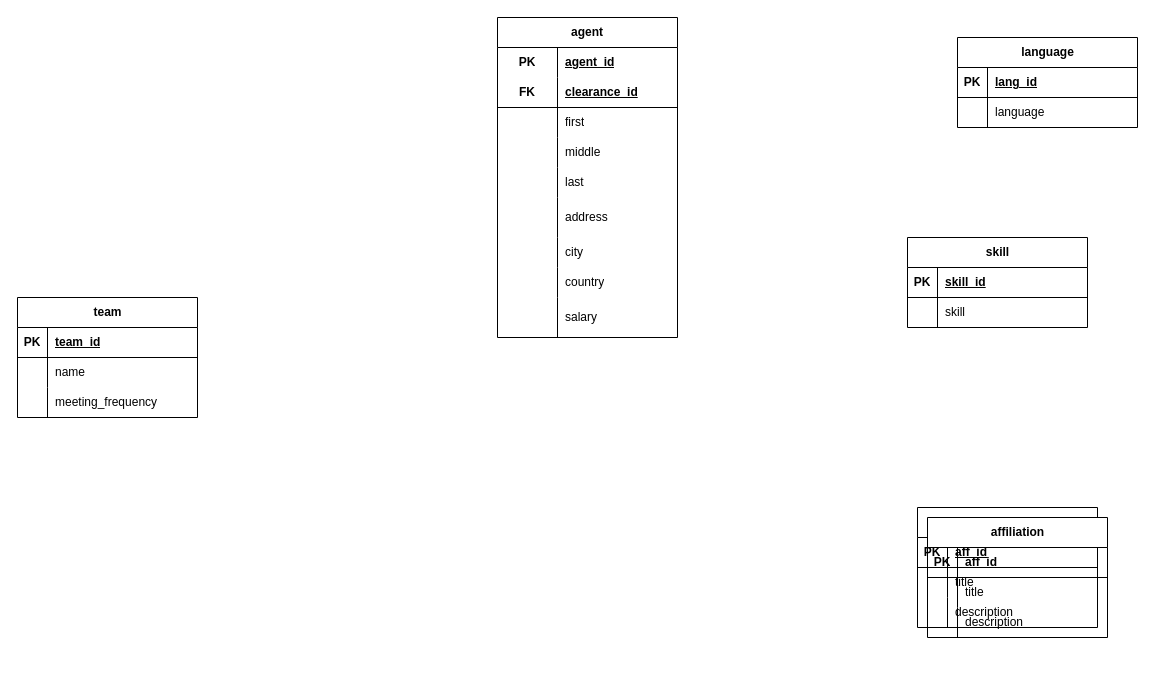
Earlier version of the draw.io diagram page "Page-6" (6 of 6) of Untitled Diagram.drawio (devanshkhandelwal/cs348). Source tidied: cells renumbered, new cells numbered last; positions are measured from the earlier drawing's top-left corner, leaving out a move shared by most shapes. Both pictures are drawn from the tidied source at 100%, with x=0, y=0 at pixel (17, 17).
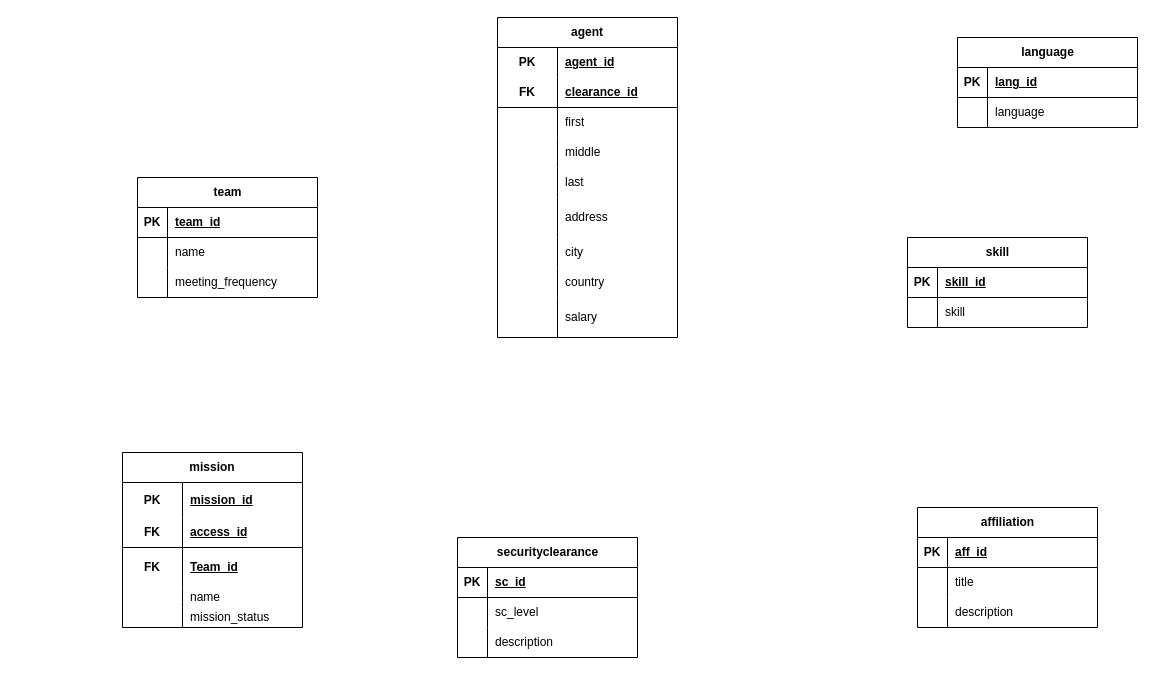
The same diagram, later.

Unchanged cells that the change refers to:
```xml
<mxCell id="65" style="shape=tableRow;horizontal=0;startSize=0;swimlaneHead=0;swimlaneBody=0;fillColor=none;top=0;left=0;right=0;bottom=1;" parent="64" vertex="1">
  <mxGeometry y="30" width="180" height="30" as="geometry" />
</mxCell>
<mxCell id="68" style="shape=tableRow;horizontal=0;startSize=0;swimlaneHead=0;swimlaneBody=0;fillColor=none;top=0;left=0;right=0;bottom=0;" parent="64" vertex="1">
  <mxGeometry y="60" width="180" height="30" as="geometry" />
</mxCell>
```

The edit, as a diff of the source:
```diff
@@
     <mxCell id="2" value="team" style="shape=table;startSize=30;childLayout=tableLayout;rowLines=0;fontStyle=1;align=center;html=1;" parent="1" vertex="1">
-      <mxGeometry y="280" width="180" height="120" as="geometry" />
+      <mxGeometry x="120" y="160" width="180" height="120" as="geometry" />
     </mxCell>
@@
-    <mxCell id="64" value="affiliation" style="shape=table;startSize=30;childLayout=tableLayout;rowLines=0;fontStyle=1;align=center;html=1;" parent="1" vertex="1">
-      <mxGeometry x="910" y="500" width="180" height="120" as="geometry" />
+    <mxCell id="64" value="securityclearance" style="shape=table;startSize=30;childLayout=tableLayout;rowLines=0;fontStyle=1;align=center;html=1;" parent="1" vertex="1">
+      <mxGeometry x="440" y="520" width="180" height="120" as="geometry" />
     </mxCell>
@@
-    <mxCell id="67" value="aff_id" style="shape=partialRectangle;fillColor=none;top=0;left=0;bottom=0;right=0;align=left;spacingLeft=6;fontStyle=5;overflow=hidden;whiteSpace=wrap;html=1;" parent="65" vertex="1">
+    <mxCell id="67" value="sc_id" style="shape=partialRectangle;fillColor=none;top=0;left=0;bottom=0;right=0;align=left;spacingLeft=6;fontStyle=5;overflow=hidden;whiteSpace=wrap;html=1;" parent="65" vertex="1">
       <mxGeometry x="30" width="150" height="30" as="geometry" />
     </mxCell>
@@
-    <mxCell id="70" value="title" style="shape=partialRectangle;fillColor=none;top=0;left=0;bottom=0;right=0;align=left;spacingLeft=6;overflow=hidden;whiteSpace=wrap;html=1;" parent="68" vertex="1">
+    <mxCell id="70" value="sc_level" style="shape=partialRectangle;fillColor=none;top=0;left=0;bottom=0;right=0;align=left;spacingLeft=6;overflow=hidden;whiteSpace=wrap;html=1;" parent="68" vertex="1">
       <mxGeometry x="30" width="150" height="30" as="geometry" />
     </mxCell>
@@
+    <mxCell id="74" value="mission" style="shape=table;startSize=30;childLayout=tableLayout;rowLines=0;fontStyle=1;align=center;html=1;whiteSpace=wrap;" parent="1" vertex="1">
+      <mxGeometry x="105" y="435" width="180" height="175" as="geometry" />
+    </mxCell>
+    <mxCell id="75" style="shape=tableRow;horizontal=0;startSize=0;swimlaneHead=0;swimlaneBody=0;fillColor=none;top=0;left=0;right=0;bottom=0;html=1;" parent="74" vertex="1">
+      <mxGeometry y="30" width="180" height="35" as="geometry" />
+    </mxCell>
+    <mxCell id="76" value="PK" style="shape=partialRectangle;fillColor=none;top=0;left=0;bottom=0;right=0;fontStyle=1;overflow=hidden;html=1;whiteSpace=wrap;" parent="75" vertex="1">
+      <mxGeometry width="60" height="35" as="geometry" />
+    </mxCell>
+    <mxCell id="77" value="mission_id" style="shape=partialRectangle;fillColor=none;top=0;left=0;bottom=0;right=0;align=left;spacingLeft=6;fontStyle=5;overflow=hidden;html=1;whiteSpace=wrap;" parent="75" vertex="1">
+      <mxGeometry x="60" width="120" height="35" as="geometry" />
+    </mxCell>
+    <mxCell id="78" style="shape=tableRow;horizontal=0;startSize=0;swimlaneHead=0;swimlaneBody=0;fillColor=none;top=0;left=0;right=0;bottom=1;html=1;" parent="74" vertex="1">
+      <mxGeometry y="65" width="180" height="30" as="geometry" />
+    </mxCell>
+    <mxCell id="79" value="FK" style="shape=partialRectangle;fillColor=none;top=0;left=0;bottom=0;right=0;fontStyle=1;overflow=hidden;html=1;whiteSpace=wrap;" parent="78" vertex="1">
+      <mxGeometry width="60" height="30" as="geometry" />
+    </mxCell>
+    <mxCell id="80" value="access_id" style="shape=partialRectangle;fillColor=none;top=0;left=0;bottom=0;right=0;align=left;spacingLeft=6;fontStyle=5;overflow=hidden;html=1;whiteSpace=wrap;" parent="78" vertex="1">
+      <mxGeometry x="60" width="120" height="30" as="geometry" />
+    </mxCell>
+    <mxCell id="81" style="shape=tableRow;horizontal=0;startSize=0;swimlaneHead=0;swimlaneBody=0;fillColor=none;top=0;left=0;right=0;bottom=0;html=1;" parent="74" vertex="1">
+      <mxGeometry y="95" width="180" height="40" as="geometry" />
+    </mxCell>
+    <mxCell id="82" value="&lt;b&gt;FK&lt;/b&gt;" style="shape=partialRectangle;fillColor=none;top=0;left=0;bottom=0;right=0;overflow=hidden;html=1;whiteSpace=wrap;" parent="81" vertex="1">
+      <mxGeometry width="60" height="40" as="geometry" />
+    </mxCell>
+    <mxCell id="83" value="&lt;b&gt;&lt;u&gt;Team_id&lt;/u&gt;&lt;/b&gt;" style="shape=partialRectangle;fillColor=none;top=0;left=0;bottom=0;right=0;align=left;spacingLeft=6;overflow=hidden;html=1;whiteSpace=wrap;" parent="81" vertex="1">
+      <mxGeometry x="60" width="120" height="40" as="geometry" />
+    </mxCell>
+    <mxCell id="84" style="shape=tableRow;horizontal=0;startSize=0;swimlaneHead=0;swimlaneBody=0;fillColor=none;top=0;left=0;right=0;bottom=0;html=1;" parent="74" vertex="1">
+      <mxGeometry y="135" width="180" height="20" as="geometry" />
+    </mxCell>
+    <mxCell id="85" style="shape=partialRectangle;fillColor=none;top=0;left=0;bottom=0;right=0;overflow=hidden;html=1;whiteSpace=wrap;" parent="84" vertex="1">
+      <mxGeometry width="60" height="20" as="geometry" />
+    </mxCell>
+    <mxCell id="86" value="name" style="shape=partialRectangle;fillColor=none;top=0;left=0;bottom=0;right=0;align=left;spacingLeft=6;overflow=hidden;html=1;whiteSpace=wrap;" parent="84" vertex="1">
+      <mxGeometry x="60" width="120" height="20" as="geometry" />
+    </mxCell>
+    <mxCell id="87" style="shape=tableRow;horizontal=0;startSize=0;swimlaneHead=0;swimlaneBody=0;fillColor=none;top=0;left=0;right=0;bottom=0;html=1;" parent="74" vertex="1">
+      <mxGeometry y="155" width="180" height="20" as="geometry" />
+    </mxCell>
+    <mxCell id="88" style="shape=partialRectangle;fillColor=none;top=0;left=0;bottom=0;right=0;overflow=hidden;html=1;whiteSpace=wrap;" parent="87" vertex="1">
+      <mxGeometry width="60" height="20" as="geometry" />
+    </mxCell>
+    <mxCell id="89" value="mission_status" style="shape=partialRectangle;fillColor=none;top=0;left=0;bottom=0;right=0;align=left;spacingLeft=6;overflow=hidden;html=1;whiteSpace=wrap;" parent="87" vertex="1">
+      <mxGeometry x="60" width="120" height="20" as="geometry" />
+    </mxCell>
```
